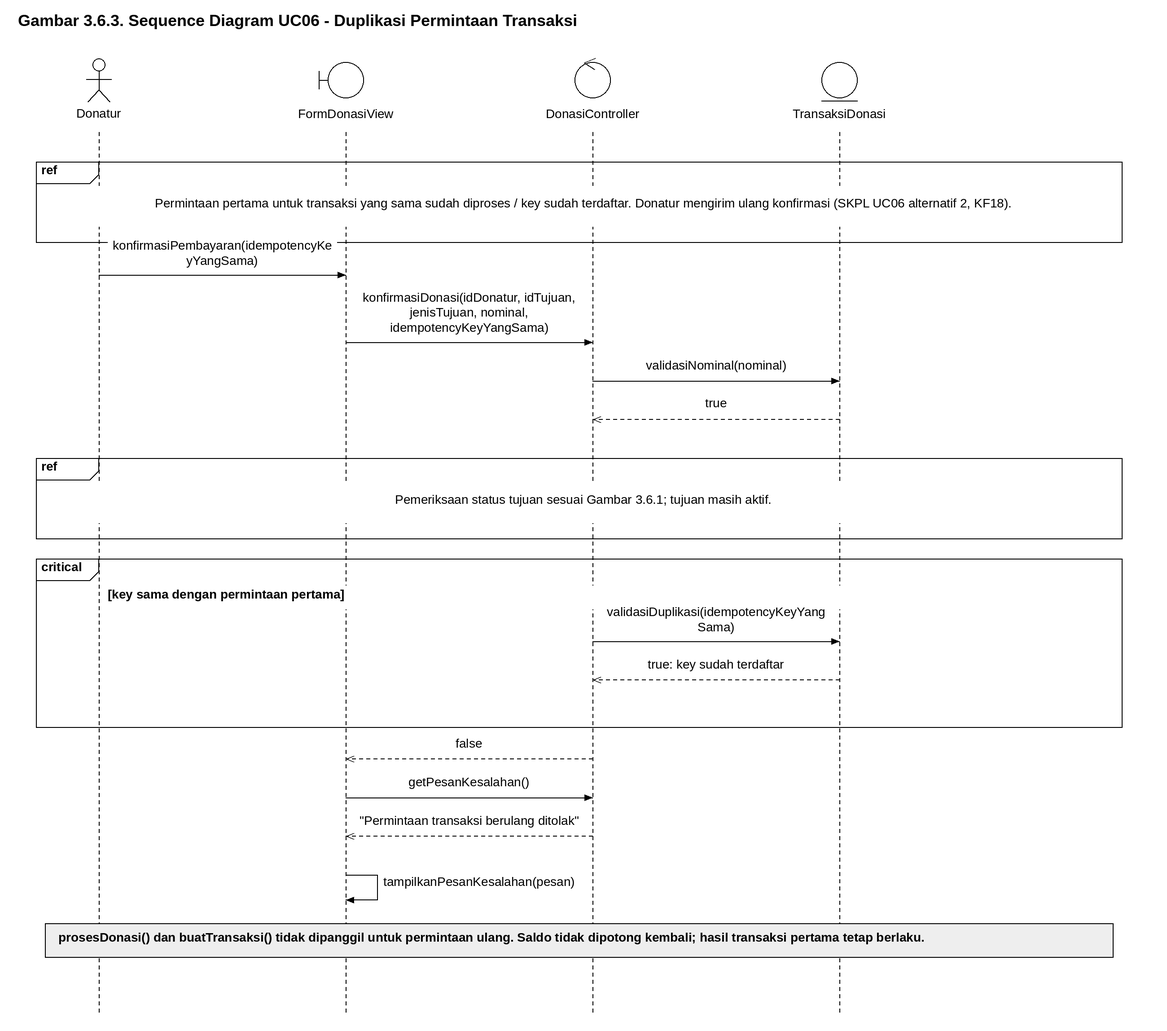
The draw.io diagram docs/M7/assets/diagram/sequence-uc06-alt2.png in Brynpamungkas/IF2150-RPL-K02-G08, before a commit. Source tidied: cells renumbered, new cells last; positions are measured from the earlier drawing's top-left corner, leaving out a move shared by most shapes.
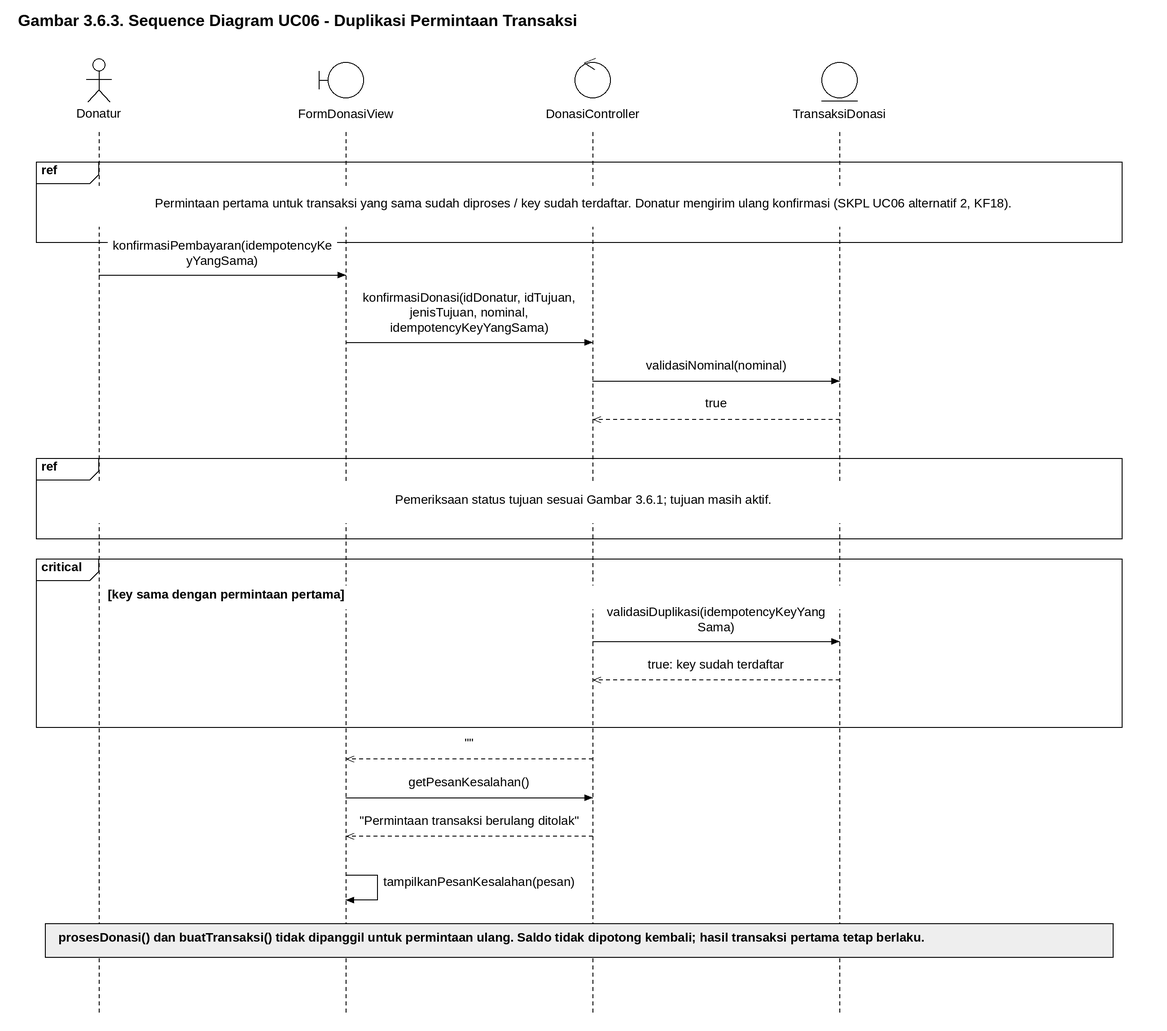
Later version of the same file.

Change to the diagram source:
```diff
@@ -95,7 +95,7 @@
         <mxPoint x="365" y="833" as="targetPoint" />
       </mxGeometry>
     </mxCell>
-    <mxCell id="26" value="false" style="text;html=1;strokeColor=none;fillColor=white;align=center;verticalAlign=middle;whiteSpace=wrap;overflow=visible;fontFamily=Arial;fontSize=14;fontStyle=0;spacing=0;" parent="1" vertex="1">
+    <mxCell id="26" value="&quot;&quot;" style="text;html=1;strokeColor=none;fillColor=white;align=center;verticalAlign=middle;whiteSpace=wrap;overflow=visible;fontFamily=Arial;fontSize=14;fontStyle=0;spacing=0;" parent="1" vertex="1">
       <mxGeometry x="375" y="808" width="255" height="22" as="geometry" />
     </mxCell>
     <mxCell id="27" style="html=1;rounded=0;endArrow=block;endFill=1;endSize=9;strokeColor=#000000;" parent="1" edge="1">
```
